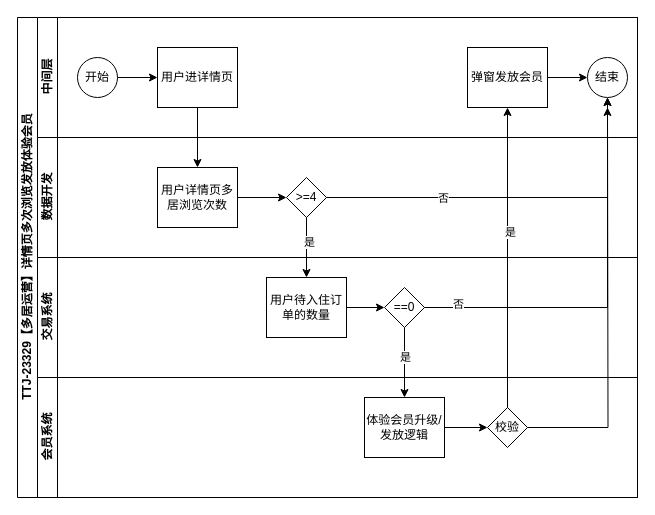
This is Untitled Diagram.drawio from gptbert/awesome-totally-open-chatgpt, a draw.io file, before an edit. Source tidied: cells renumbered, new cells numbered last; positions are measured from the earlier drawing's top-left corner, leaving out a move shared by most shapes. Both pictures are drawn from the tidied source at 100%, with x=0, y=0 at pixel (17, 17).
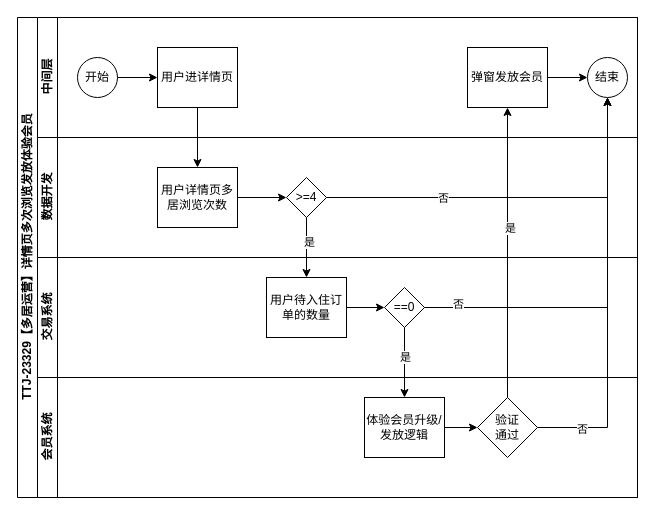
Above is the later version.

The change refers to these unchanged cells:
```xml
<mxCell id="2" value="TTJ-23329【多居运营】详情页多次浏览发放体验会员" style="swimlane;html=1;horizontal=0;startSize=20;" parent="1" vertex="1">
  <mxGeometry width="620" height="480" as="geometry" />
</mxCell>
<mxCell id="8" value="结束" style="ellipse;whiteSpace=wrap;html=1;" parent="3" vertex="1">
  <mxGeometry x="550" y="40" width="40" height="40" as="geometry" />
</mxCell>
<mxCell id="18" value="会员系统" style="swimlane;html=1;startSize=20;horizontal=0;" parent="2" vertex="1">
  <mxGeometry x="20" y="360" width="600" height="120" as="geometry" />
</mxCell>
```

Change to the diagram source:
```diff
@@
-    <mxCell id="21" style="edgeStyle=orthogonalEdgeStyle;rounded=0;jettySize=auto;html=1;exitX=1;exitY=0.5;exitDx=0;exitDy=0;" parent="18" edge="1" source="22">
-      <mxGeometry relative="1" as="geometry">
-        <mxPoint x="570" y="-270" as="targetPoint" />
-      </mxGeometry>
-    </mxCell>
-    <mxCell id="22" value="校验" style="rhombus;whiteSpace=wrap;html=1;fontFamily=Helvetica;fontSize=12;fontColor=#000000;align=center;" parent="18" vertex="1">
-      <mxGeometry x="450" y="30" width="40" height="40" as="geometry" />
+    <mxCell id="22" value="验证&lt;br&gt;通过" style="rhombus;whiteSpace=wrap;html=1;fontFamily=Helvetica;fontSize=12;fontColor=#000000;align=center;" parent="18" vertex="1">
+      <mxGeometry x="440" y="20" width="60" height="60" as="geometry" />
     </mxCell>
@@
+    <mxCell id="21" style="edgeStyle=orthogonalEdgeStyle;rounded=0;jettySize=auto;html=1;exitX=1;exitY=0.5;exitDx=0;exitDy=0;" parent="2" edge="1" source="22" target="8">
+      <mxGeometry relative="1" as="geometry" />
+    </mxCell>
+    <mxCell id="34" value="否" style="edgeLabel;html=1;align=center;verticalAlign=middle;" parent="21" vertex="1">
+      <mxGeometry x="-0.78" y="-1" relative="1" as="geometry" />
+    </mxCell>
```
